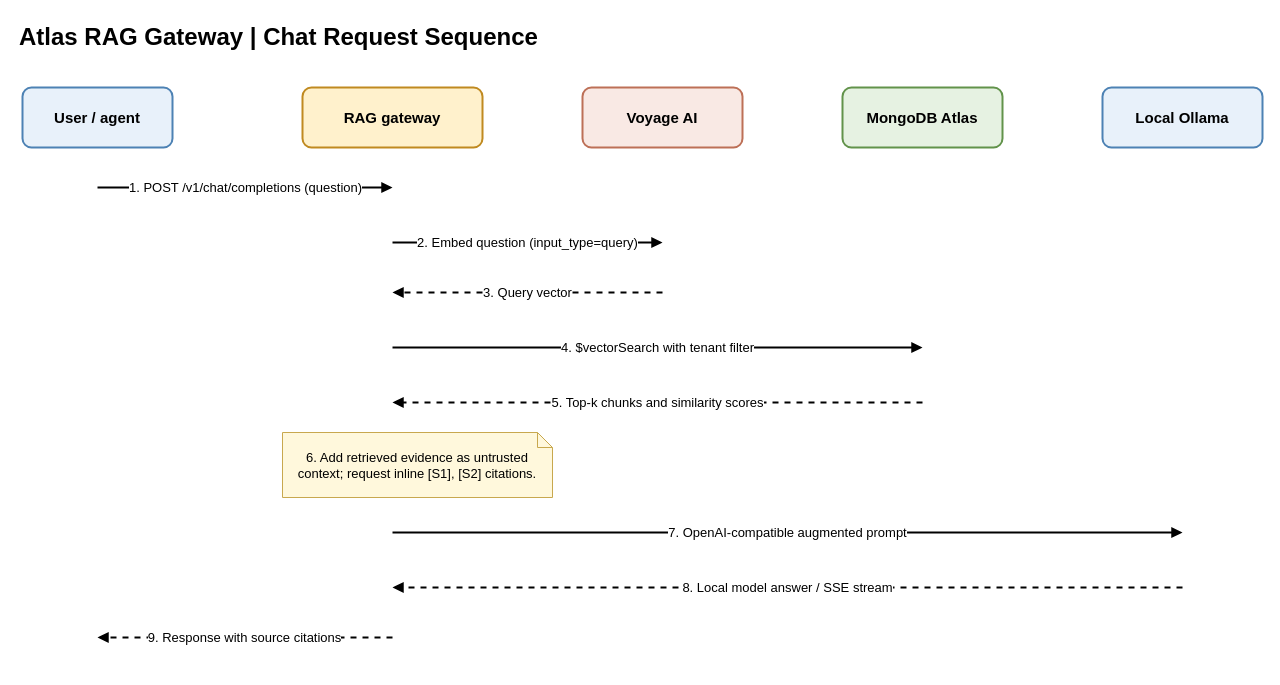
The draw.io diagram docs/request-sequence.drawio in vthinsel/RAG_Gateway, before the edit. Source tidied: cells renumbered, new cells numbered last; positions are measured from the earlier drawing's top-left corner, leaving out a move shared by most shapes. Both pictures are drawn from the tidied source at 100%, with x=0, y=0 at pixel (17, 17).
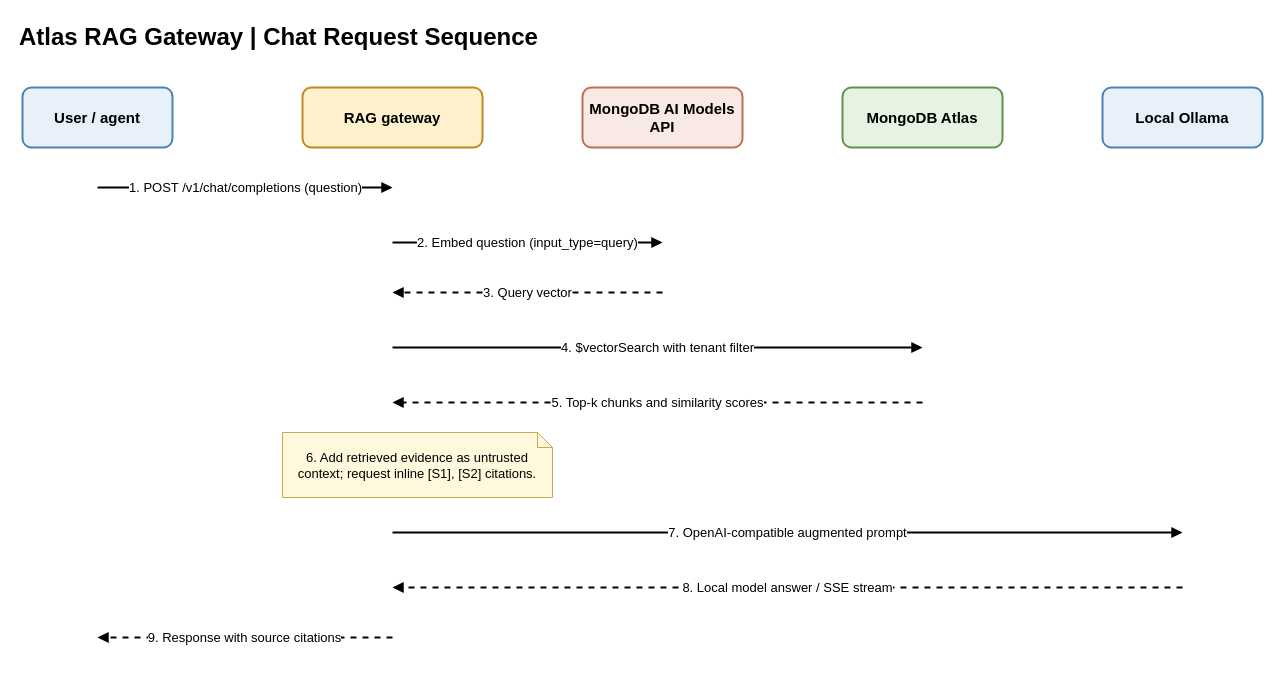
Above is the later version.

The edit, as a diff of the source:
```diff
@@
-    <mxCell id="5" value="Voyage AI" style="rounded=1;whiteSpace=wrap;html=1;fillColor=#f9e9e4;strokeColor=#bd7057;strokeWidth=2;fontSize=15;fontStyle=1;" parent="1" vertex="1">
+    <mxCell id="5" value="MongoDB AI Models API" style="rounded=1;whiteSpace=wrap;html=1;fillColor=#f9e9e4;strokeColor=#bd7057;strokeWidth=2;fontSize=15;fontStyle=1;" parent="1" vertex="1">
       <mxGeometry x="565" y="70" width="160" height="60" as="geometry" />
     </mxCell>
```
